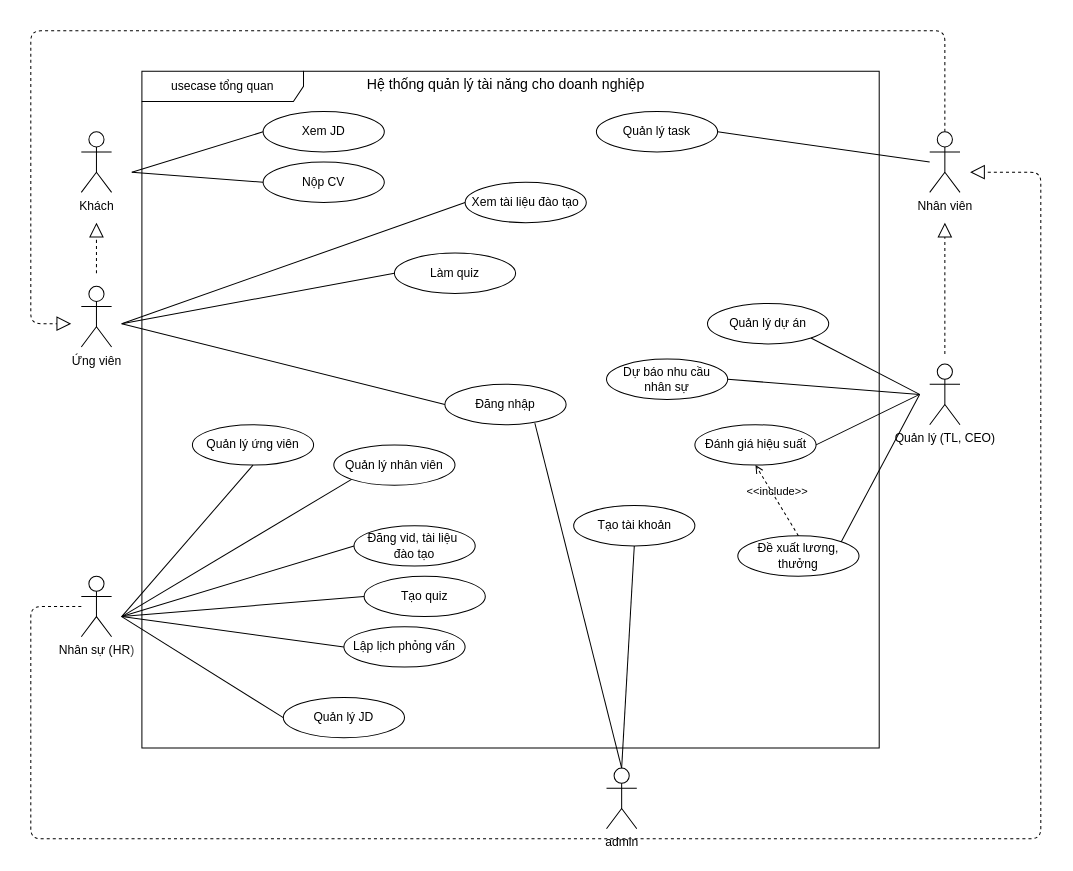
Before: design/draw/usecase.dio in nmtun/datn_hust_2026, a draw.io diagram. Source tidied: cells renumbered, new cells numbered last; positions are measured from the earlier drawing's top-left corner, leaving out a move shared by most shapes. Both pictures are drawn from the tidied source at 101%, with x=0, y=0 at pixel (30, 30).
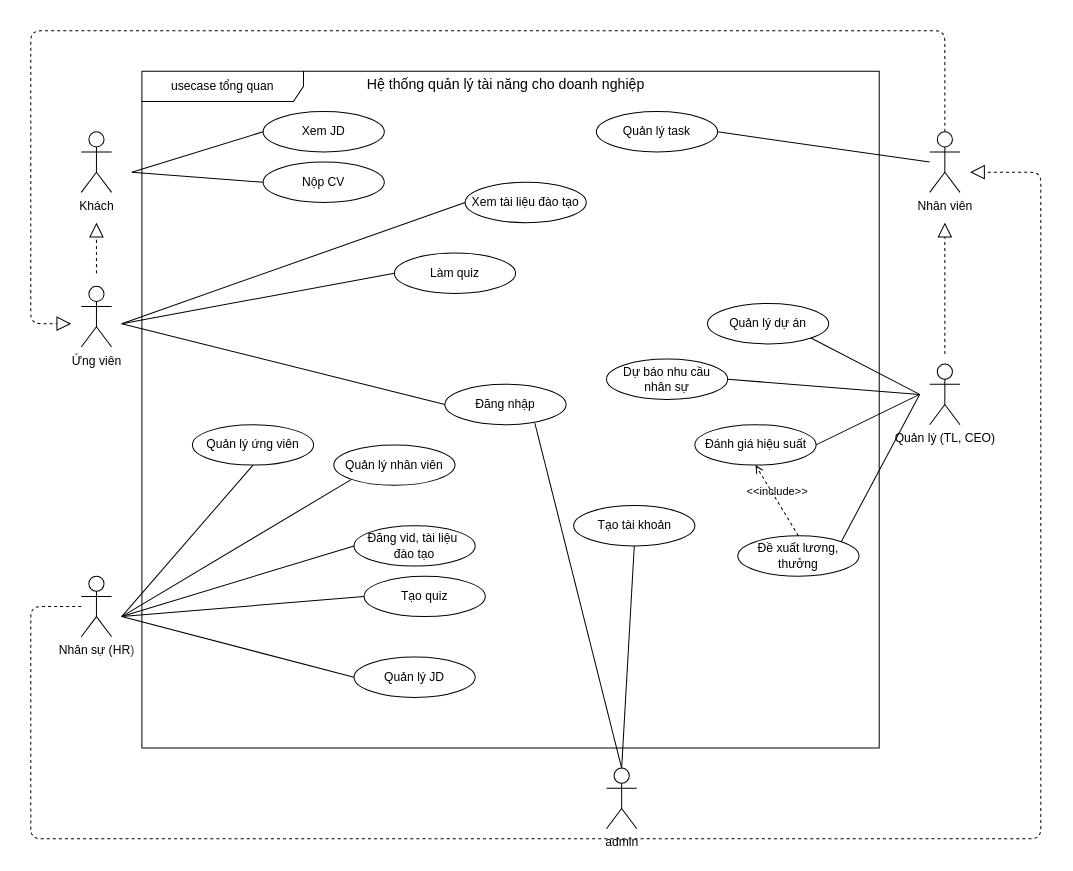
The same page after the edit.

Unchanged cells that the change refers to:
```xml
<mxCell id="2" value="usecase tổng quan" style="shape=umlFrame;whiteSpace=wrap;html=1;width=160;" parent="1" vertex="1">
  <mxGeometry x="110" y="40" width="730" height="670" as="geometry" />
</mxCell>
```

Change to the diagram source:
```diff
@@
-    <mxCell id="15" value="Lập lịch phỏng vấn" style="ellipse;whiteSpace=wrap;html=1;" parent="2" vertex="1">
-      <mxGeometry x="200" y="550" width="120" height="40" as="geometry" />
-    </mxCell>
@@
+    <mxCell id="48" value="Quản lý JD" style="ellipse;whiteSpace=wrap;html=1;" parent="2" vertex="1">
+      <mxGeometry x="210" y="580" width="120" height="40" as="geometry" />
+    </mxCell>
@@
-    <mxCell id="41" style="endArrow=none;startArrow=none;endFill=0;startFill=0;endSize=8;html=1;verticalAlign=bottom;labelBackgroundColor=none;strokeWidth=1;entryX=0;entryY=0.5;entryDx=0;entryDy=0;" parent="1" edge="1" target="15">
-      <mxGeometry relative="1" as="geometry">
-        <mxPoint x="90" y="580" as="sourcePoint" />
-      </mxGeometry>
-    </mxCell>
@@
-    <mxCell id="48" value="Quản lý JD" style="ellipse;whiteSpace=wrap;html=1;" parent="1" vertex="1">
-      <mxGeometry x="250" y="660" width="120" height="40" as="geometry" />
-    </mxCell>
```
